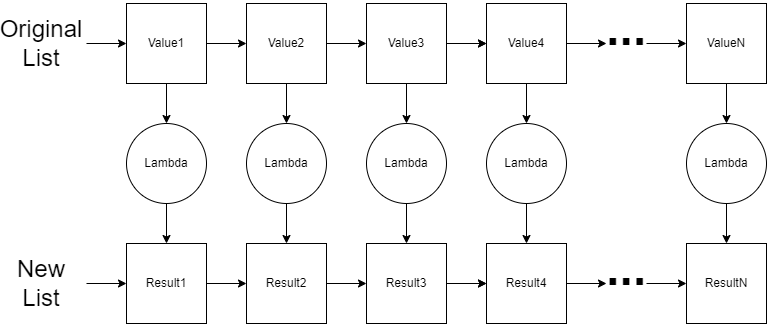
Above: docs/images/map.drawio.png in macbeth-byui/cse382-course (draw.io), before the change. Source tidied: cells renumbered, new cells last; positions are measured from the earlier drawing's top-left corner, leaving out a move shared by most shapes. Its diagram source:
```xml
<mxGraphModel>
  <root>
    <mxCell id="0" />
    <mxCell id="1" parent="0" />
    <mxCell id="2" style="edgeStyle=orthogonalEdgeStyle;rounded=0;jettySize=auto;html=1;exitX=0;exitY=0.5;exitDx=0;exitDy=0;startArrow=classic;startFill=1;endArrow=none;endFill=0;" parent="1" edge="1" source="4">
      <mxGeometry relative="1" as="geometry">
        <mxPoint x="75" y="40" as="targetPoint" />
      </mxGeometry>
    </mxCell>
    <mxCell id="3" style="edgeStyle=orthogonalEdgeStyle;rounded=0;jettySize=auto;html=1;exitX=0.5;exitY=1;exitDx=0;exitDy=0;entryX=0.5;entryY=0;entryDx=0;entryDy=0;startArrow=none;startFill=0;endArrow=classic;endFill=1;" parent="1" edge="1" source="4" target="21">
      <mxGeometry relative="1" as="geometry" />
    </mxCell>
    <mxCell id="4" value="Value1" style="whiteSpace=wrap;html=1;" parent="1" vertex="1">
      <mxGeometry x="115" width="80" height="80" as="geometry" />
    </mxCell>
    <mxCell id="5" style="edgeStyle=orthogonalEdgeStyle;rounded=0;jettySize=auto;html=1;exitX=0;exitY=0.5;exitDx=0;exitDy=0;entryX=1;entryY=0.5;entryDx=0;entryDy=0;startArrow=classic;startFill=1;endArrow=none;endFill=0;" parent="1" edge="1" source="7" target="4">
      <mxGeometry relative="1" as="geometry" />
    </mxCell>
    <mxCell id="6" style="edgeStyle=orthogonalEdgeStyle;rounded=0;jettySize=auto;html=1;startArrow=none;startFill=0;endArrow=classic;endFill=1;" parent="1" edge="1" source="7" target="23">
      <mxGeometry relative="1" as="geometry" />
    </mxCell>
    <mxCell id="7" value="Value2" style="whiteSpace=wrap;html=1;" parent="1" vertex="1">
      <mxGeometry x="235" width="80" height="80" as="geometry" />
    </mxCell>
    <mxCell id="8" style="edgeStyle=orthogonalEdgeStyle;rounded=0;jettySize=auto;html=1;exitX=0;exitY=0.5;exitDx=0;exitDy=0;entryX=1;entryY=0.5;entryDx=0;entryDy=0;startArrow=classic;startFill=1;endArrow=none;endFill=0;" parent="1" edge="1" source="11" target="7">
      <mxGeometry relative="1" as="geometry" />
    </mxCell>
    <mxCell id="9" style="edgeStyle=orthogonalEdgeStyle;rounded=0;jettySize=auto;html=1;startArrow=none;startFill=0;endArrow=classic;endFill=1;" parent="1" edge="1" source="11" target="25">
      <mxGeometry relative="1" as="geometry" />
    </mxCell>
    <mxCell id="10" style="edgeStyle=orthogonalEdgeStyle;rounded=0;jettySize=auto;html=1;startArrow=none;startFill=0;endArrow=classic;endFill=1;" parent="1" edge="1" source="11" target="15">
      <mxGeometry relative="1" as="geometry" />
    </mxCell>
    <mxCell id="11" value="Value3" style="whiteSpace=wrap;html=1;" parent="1" vertex="1">
      <mxGeometry x="355" width="80" height="80" as="geometry" />
    </mxCell>
    <mxCell id="12" style="edgeStyle=orthogonalEdgeStyle;rounded=0;jettySize=auto;html=1;exitX=0;exitY=0.5;exitDx=0;exitDy=0;startArrow=classic;startFill=1;endArrow=none;endFill=0;" parent="1" edge="1" source="15">
      <mxGeometry relative="1" as="geometry">
        <mxPoint x="445" y="40" as="targetPoint" />
      </mxGeometry>
    </mxCell>
    <mxCell id="13" style="edgeStyle=orthogonalEdgeStyle;rounded=0;jettySize=auto;html=1;exitX=1;exitY=0.5;exitDx=0;exitDy=0;startArrow=none;startFill=0;endArrow=classic;endFill=1;" parent="1" edge="1" source="15">
      <mxGeometry relative="1" as="geometry">
        <mxPoint x="595" y="40" as="targetPoint" />
      </mxGeometry>
    </mxCell>
    <mxCell id="14" style="edgeStyle=orthogonalEdgeStyle;rounded=0;jettySize=auto;html=1;startArrow=none;startFill=0;endArrow=classic;endFill=1;" parent="1" edge="1" source="15" target="27">
      <mxGeometry relative="1" as="geometry" />
    </mxCell>
    <mxCell id="15" value="Value4" style="whiteSpace=wrap;html=1;" parent="1" vertex="1">
      <mxGeometry x="475" width="80" height="80" as="geometry" />
    </mxCell>
    <mxCell id="16" style="edgeStyle=orthogonalEdgeStyle;rounded=0;jettySize=auto;html=1;exitX=0;exitY=0.5;exitDx=0;exitDy=0;startArrow=classic;startFill=1;endArrow=none;endFill=0;" parent="1" edge="1" source="18">
      <mxGeometry relative="1" as="geometry">
        <mxPoint x="635" y="40" as="targetPoint" />
      </mxGeometry>
    </mxCell>
    <mxCell id="17" style="edgeStyle=orthogonalEdgeStyle;rounded=0;jettySize=auto;html=1;startArrow=none;startFill=0;endArrow=classic;endFill=1;" parent="1" edge="1" source="18" target="29">
      <mxGeometry relative="1" as="geometry" />
    </mxCell>
    <mxCell id="18" value="ValueN" style="whiteSpace=wrap;html=1;" parent="1" vertex="1">
      <mxGeometry x="675" width="80" height="80" as="geometry" />
    </mxCell>
    <mxCell id="19" value="&lt;b&gt;&lt;font style=&quot;font-size: 48px&quot;&gt;...&lt;/font&gt;&lt;/b&gt;" style="text;html=1;strokeColor=none;fillColor=none;align=center;verticalAlign=middle;whiteSpace=wrap;rounded=0;" parent="1" vertex="1">
      <mxGeometry x="585" y="10" width="60" height="30" as="geometry" />
    </mxCell>
    <mxCell id="20" style="edgeStyle=orthogonalEdgeStyle;rounded=0;jettySize=auto;html=1;" parent="1" edge="1" source="21" target="32">
      <mxGeometry relative="1" as="geometry" />
    </mxCell>
    <mxCell id="21" value="Lambda" style="ellipse;whiteSpace=wrap;html=1;" parent="1" vertex="1">
      <mxGeometry x="115" y="120" width="80" height="80" as="geometry" />
    </mxCell>
    <mxCell id="22" style="edgeStyle=orthogonalEdgeStyle;rounded=0;jettySize=auto;html=1;" parent="1" edge="1" source="23" target="34">
      <mxGeometry relative="1" as="geometry" />
    </mxCell>
    <mxCell id="23" value="Lambda" style="ellipse;whiteSpace=wrap;html=1;" parent="1" vertex="1">
      <mxGeometry x="235" y="120" width="80" height="80" as="geometry" />
    </mxCell>
    <mxCell id="24" style="edgeStyle=orthogonalEdgeStyle;rounded=0;jettySize=auto;html=1;" parent="1" edge="1" source="25" target="37">
      <mxGeometry relative="1" as="geometry" />
    </mxCell>
    <mxCell id="25" value="Lambda" style="ellipse;whiteSpace=wrap;html=1;" parent="1" vertex="1">
      <mxGeometry x="355" y="120" width="80" height="80" as="geometry" />
    </mxCell>
    <mxCell id="26" style="edgeStyle=orthogonalEdgeStyle;rounded=0;jettySize=auto;html=1;" parent="1" edge="1" source="27" target="40">
      <mxGeometry relative="1" as="geometry" />
    </mxCell>
    <mxCell id="27" value="Lambda" style="ellipse;whiteSpace=wrap;html=1;" parent="1" vertex="1">
      <mxGeometry x="475" y="120" width="80" height="80" as="geometry" />
    </mxCell>
    <mxCell id="28" style="edgeStyle=orthogonalEdgeStyle;rounded=0;jettySize=auto;html=1;" parent="1" edge="1" source="29" target="42">
      <mxGeometry relative="1" as="geometry" />
    </mxCell>
    <mxCell id="29" value="Lambda" style="ellipse;whiteSpace=wrap;html=1;" parent="1" vertex="1">
      <mxGeometry x="675" y="120" width="80" height="80" as="geometry" />
    </mxCell>
    <mxCell id="30" value="&lt;font style=&quot;font-size: 24px&quot;&gt;Original&lt;br&gt;List&lt;br&gt;&lt;/font&gt;" style="text;html=1;strokeColor=none;fillColor=none;align=center;verticalAlign=middle;whiteSpace=wrap;rounded=0;" parent="1" vertex="1">
      <mxGeometry y="25" width="60" height="30" as="geometry" />
    </mxCell>
    <mxCell id="31" style="edgeStyle=orthogonalEdgeStyle;rounded=0;jettySize=auto;html=1;exitX=0;exitY=0.5;exitDx=0;exitDy=0;startArrow=classic;startFill=1;endArrow=none;endFill=0;" parent="1" edge="1" source="32">
      <mxGeometry relative="1" as="geometry">
        <mxPoint x="75" y="280" as="targetPoint" />
      </mxGeometry>
    </mxCell>
    <mxCell id="32" value="Result1" style="whiteSpace=wrap;html=1;" parent="1" vertex="1">
      <mxGeometry x="115" y="240" width="80" height="80" as="geometry" />
    </mxCell>
    <mxCell id="33" style="edgeStyle=orthogonalEdgeStyle;rounded=0;jettySize=auto;html=1;exitX=0;exitY=0.5;exitDx=0;exitDy=0;entryX=1;entryY=0.5;entryDx=0;entryDy=0;startArrow=classic;startFill=1;endArrow=none;endFill=0;" parent="1" edge="1" source="34" target="32">
      <mxGeometry relative="1" as="geometry" />
    </mxCell>
    <mxCell id="34" value="&lt;span&gt;Result2&lt;/span&gt;" style="whiteSpace=wrap;html=1;" parent="1" vertex="1">
      <mxGeometry x="235" y="240" width="80" height="80" as="geometry" />
    </mxCell>
    <mxCell id="35" style="edgeStyle=orthogonalEdgeStyle;rounded=0;jettySize=auto;html=1;exitX=0;exitY=0.5;exitDx=0;exitDy=0;entryX=1;entryY=0.5;entryDx=0;entryDy=0;startArrow=classic;startFill=1;endArrow=none;endFill=0;" parent="1" edge="1" source="37" target="34">
      <mxGeometry relative="1" as="geometry" />
    </mxCell>
    <mxCell id="36" style="edgeStyle=orthogonalEdgeStyle;rounded=0;jettySize=auto;html=1;startArrow=none;startFill=0;endArrow=classic;endFill=1;" parent="1" edge="1" source="37" target="40">
      <mxGeometry relative="1" as="geometry" />
    </mxCell>
    <mxCell id="37" value="&lt;span&gt;Result3&lt;/span&gt;" style="whiteSpace=wrap;html=1;" parent="1" vertex="1">
      <mxGeometry x="355" y="240" width="80" height="80" as="geometry" />
    </mxCell>
    <mxCell id="38" style="edgeStyle=orthogonalEdgeStyle;rounded=0;jettySize=auto;html=1;exitX=0;exitY=0.5;exitDx=0;exitDy=0;startArrow=classic;startFill=1;endArrow=none;endFill=0;" parent="1" edge="1" source="40">
      <mxGeometry relative="1" as="geometry">
        <mxPoint x="445" y="280" as="targetPoint" />
      </mxGeometry>
    </mxCell>
    <mxCell id="39" style="edgeStyle=orthogonalEdgeStyle;rounded=0;jettySize=auto;html=1;exitX=1;exitY=0.5;exitDx=0;exitDy=0;startArrow=none;startFill=0;endArrow=classic;endFill=1;" parent="1" edge="1" source="40">
      <mxGeometry relative="1" as="geometry">
        <mxPoint x="595" y="280" as="targetPoint" />
      </mxGeometry>
    </mxCell>
    <mxCell id="40" value="&lt;span&gt;Result4&lt;/span&gt;" style="whiteSpace=wrap;html=1;" parent="1" vertex="1">
      <mxGeometry x="475" y="240" width="80" height="80" as="geometry" />
    </mxCell>
    <mxCell id="41" style="edgeStyle=orthogonalEdgeStyle;rounded=0;jettySize=auto;html=1;exitX=0;exitY=0.5;exitDx=0;exitDy=0;startArrow=classic;startFill=1;endArrow=none;endFill=0;" parent="1" edge="1" source="42">
      <mxGeometry relative="1" as="geometry">
        <mxPoint x="635" y="280" as="targetPoint" />
      </mxGeometry>
    </mxCell>
    <mxCell id="42" value="&lt;span&gt;ResultN&lt;/span&gt;" style="whiteSpace=wrap;html=1;" parent="1" vertex="1">
      <mxGeometry x="675" y="240" width="80" height="80" as="geometry" />
    </mxCell>
    <mxCell id="43" value="&lt;b&gt;&lt;font style=&quot;font-size: 48px&quot;&gt;...&lt;/font&gt;&lt;/b&gt;" style="text;html=1;strokeColor=none;fillColor=none;align=center;verticalAlign=middle;whiteSpace=wrap;rounded=0;" parent="1" vertex="1">
      <mxGeometry x="585" y="250" width="60" height="30" as="geometry" />
    </mxCell>
    <mxCell id="44" value="&lt;font style=&quot;font-size: 24px&quot;&gt;New&lt;br&gt;List&lt;br&gt;&lt;/font&gt;" style="text;html=1;strokeColor=none;fillColor=none;align=center;verticalAlign=middle;whiteSpace=wrap;rounded=0;" parent="1" vertex="1">
      <mxGeometry y="265" width="60" height="30" as="geometry" />
    </mxCell>
  </root>
</mxGraphModel>
```
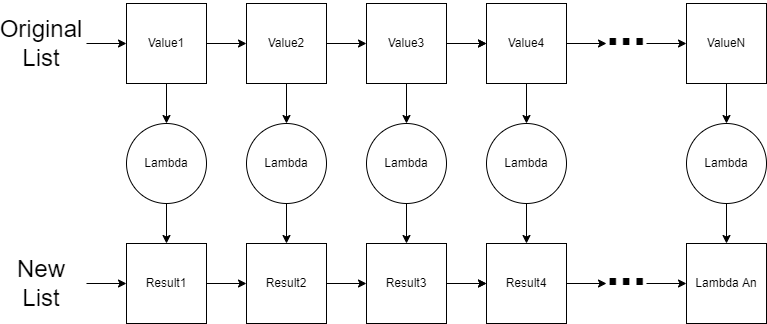
After the change.

Change to the diagram source:
```diff
@@ -138,7 +138,7 @@
         <mxPoint x="635" y="280" as="targetPoint" />
       </mxGeometry>
     </mxCell>
-    <mxCell id="42" value="&lt;span&gt;ResultN&lt;/span&gt;" style="whiteSpace=wrap;html=1;" parent="1" vertex="1">
+    <mxCell id="42" value="&lt;span&gt;Lambda An&lt;/span&gt;" style="whiteSpace=wrap;html=1;" parent="1" vertex="1">
       <mxGeometry x="675" y="240" width="80" height="80" as="geometry" />
     </mxCell>
     <mxCell id="43" value="&lt;b&gt;&lt;font style=&quot;font-size: 48px&quot;&gt;...&lt;/font&gt;&lt;/b&gt;" style="text;html=1;strokeColor=none;fillColor=none;align=center;verticalAlign=middle;whiteSpace=wrap;rounded=0;" parent="1" vertex="1">
```
